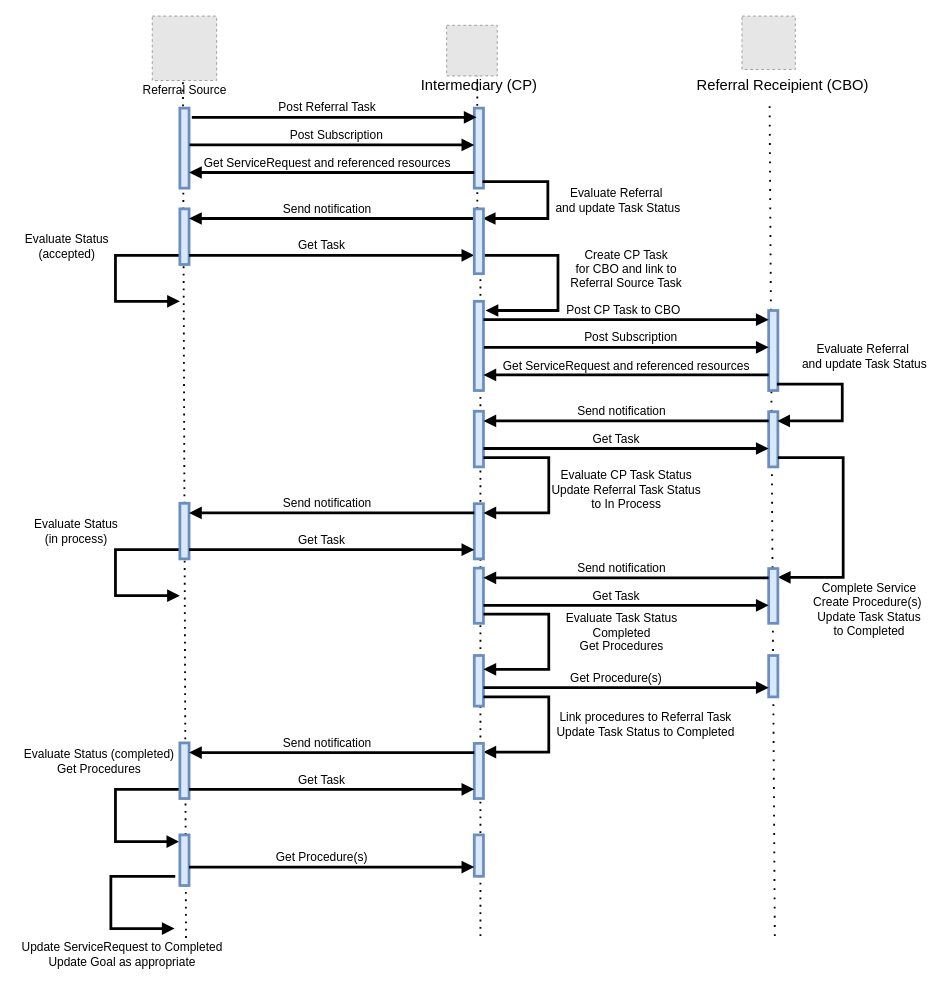
HL7/fhir-sdoh-clinicalcare keeps this draw.io diagram as Images Source/DetailedIndirectReferral.drawio. Above is the earlier version. Source tidied: cells renumbered, new cells numbered last; positions are measured from the earlier drawing's top-left corner, leaving out a move shared by most shapes. Both pictures are drawn from the tidied source at 92%, with x=0, y=0 at pixel (16, 16). Pictures stored in the file or linked from it are replaced by grey dashed boxes.
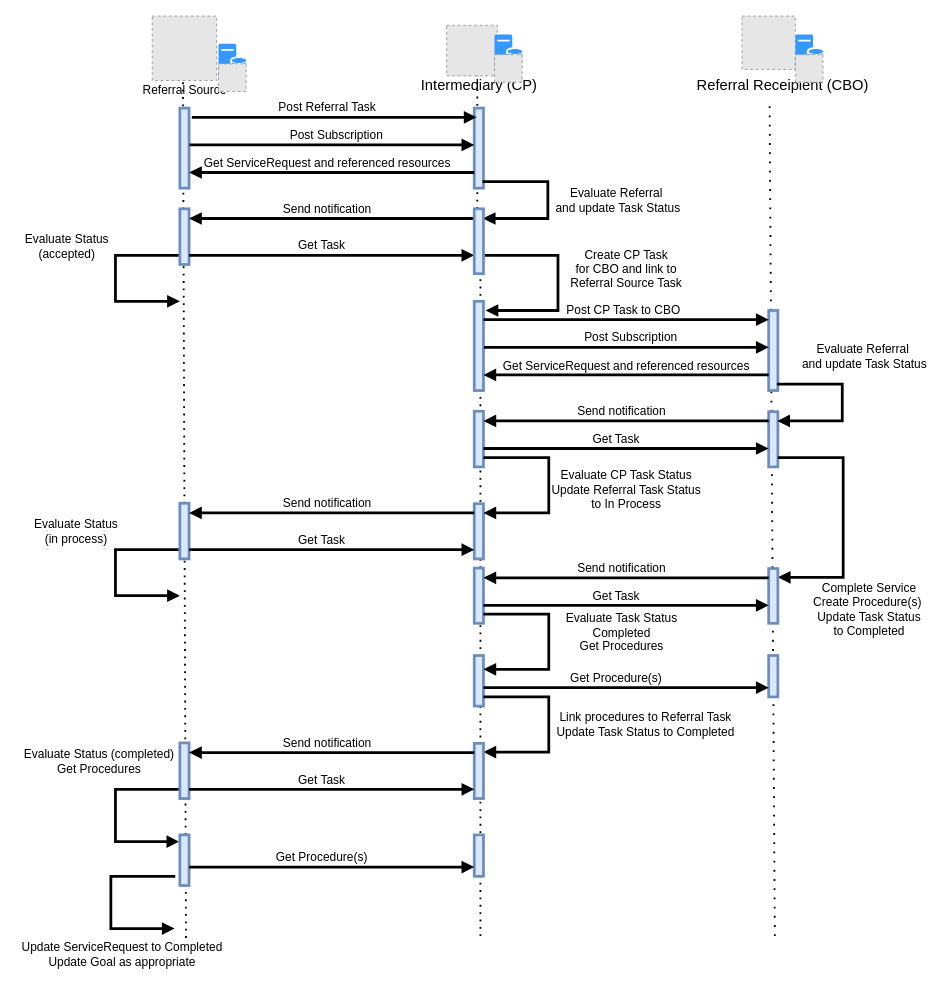
Above is the later version.

Diff of the diagram source:
```diff
@@
+    <mxCell id="72" style="group;" parent="1" vertex="1">
+      <mxGeometry x="220" y="30" width="30" height="54" as="geometry" />
+    </mxCell>
+    <mxCell id="73" style="sketch=0;shadow=0;dashed=0;html=1;strokeColor=none;labelPosition=center;verticalLabelPosition=bottom;verticalAlign=top;align=center;fillColor=#3399FF;shape=mxgraph.mscae.enterprise.database_server;fontSize=12;fontColor=#990000;" parent="72" vertex="1">
+      <mxGeometry width="30" height="39.5" as="geometry" />
+    </mxCell>
+    <mxCell id="74" style="fillColor=#E6E6E6;strokeColor=#999999;dashed=1;verticalLabelPosition=bottom;verticalAlign=top;fontSize=13;fontColor=#000066;" parent="72" vertex="1">
+      <mxGeometry y="21.9" width="30" height="30" as="geometry" />
+    </mxCell>
+    <mxCell id="75" style="group;" parent="1" vertex="1">
+      <mxGeometry x="520" y="20" width="30" height="54" as="geometry" />
+    </mxCell>
+    <mxCell id="76" style="sketch=0;shadow=0;dashed=0;html=1;strokeColor=none;labelPosition=center;verticalLabelPosition=bottom;verticalAlign=top;align=center;fillColor=#3399FF;shape=mxgraph.mscae.enterprise.database_server;fontSize=12;fontColor=#990000;" parent="75" vertex="1">
+      <mxGeometry width="30" height="39.5" as="geometry" />
+    </mxCell>
+    <mxCell id="77" style="fillColor=#E6E6E6;strokeColor=#999999;dashed=1;verticalLabelPosition=bottom;verticalAlign=top;fontSize=13;fontColor=#000066;" parent="75" vertex="1">
+      <mxGeometry y="21.9" width="30" height="30" as="geometry" />
+    </mxCell>
+    <mxCell id="78" style="group;" parent="1" vertex="1">
+      <mxGeometry x="847" y="20" width="30" height="54" as="geometry" />
+    </mxCell>
+    <mxCell id="79" style="sketch=0;shadow=0;dashed=0;html=1;strokeColor=none;labelPosition=center;verticalLabelPosition=bottom;verticalAlign=top;align=center;fillColor=#3399FF;shape=mxgraph.mscae.enterprise.database_server;fontSize=12;fontColor=#990000;" parent="78" vertex="1">
+      <mxGeometry width="30" height="39.5" as="geometry" />
+    </mxCell>
+    <mxCell id="80" style="fillColor=#E6E6E6;strokeColor=#999999;dashed=1;verticalLabelPosition=bottom;verticalAlign=top;fontSize=13;fontColor=#000066;" parent="78" vertex="1">
+      <mxGeometry y="21.9" width="30" height="30" as="geometry" />
+    </mxCell>
```
